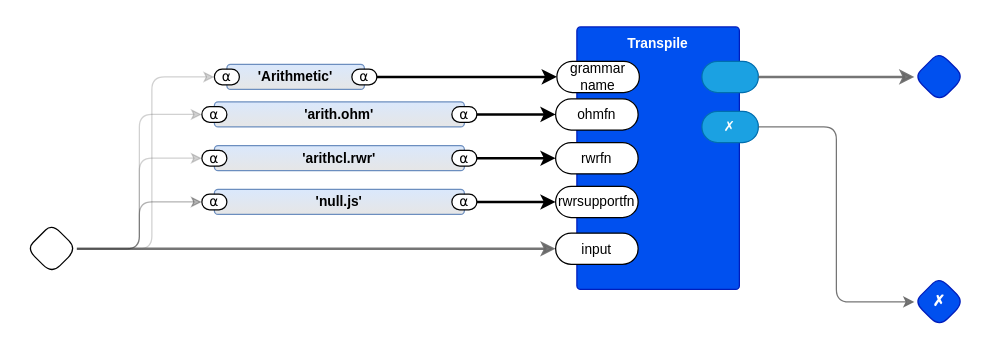
The draw.io diagram page "To Common Lisp" (2 of 5) of arith0d.drawio in guitarvydas/arith0d, before the edit. Source tidied: cells renumbered, new cells numbered last; positions are measured from the earlier drawing's top-left corner, leaving out a move shared by most shapes. Both pictures are drawn from the tidied source at 125%, with x=0, y=0 at pixel (26, 26).
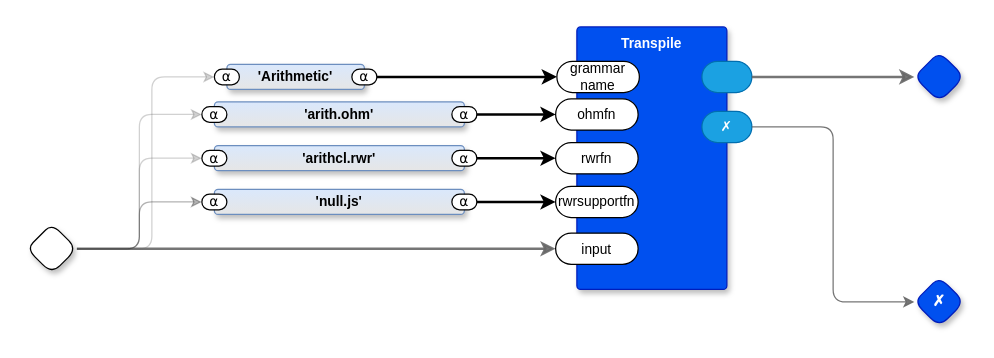
The same diagram, later.

Change to the diagram source:
```diff
@@
-    <mxCell id="7" style="rhombus;whiteSpace=wrap;html=1;rounded=1;fontStyle=1;glass=0;sketch=0;fontSize=12;points=[[0,0.5,0,0,0],[0.5,0,0,0,0],[0.5,1,0,0,0],[1,0.5,0,0,0]];shadow=0;fontFamily=Helvetica;fontColor=default;" parent="1" vertex="1">
+    <mxCell id="7" style="rhombus;whiteSpace=wrap;html=1;rounded=1;fontStyle=1;glass=0;sketch=0;fontSize=12;points=[[0,0.5,0,0,0],[0.5,0,0,0,0],[0.5,1,0,0,0],[1,0.5,0,0,0]];shadow=1;fontFamily=Helvetica;fontColor=default;" parent="1" vertex="1">
       <mxGeometry y="157.5" width="40" height="40" as="geometry" />
     </mxCell>
-    <mxCell id="8" style="rhombus;whiteSpace=wrap;html=1;rounded=1;fillColor=#0050ef;fontColor=#ffffff;strokeColor=#001DBC;fontStyle=1;glass=0;sketch=0;fontSize=12;points=[[0,0.5,0,0,0],[0.5,0,0,0,0],[0.5,1,0,0,0],[1,0.5,0,0,0]];shadow=0;fontFamily=Helvetica;" parent="1" vertex="1">
+    <mxCell id="8" style="rhombus;whiteSpace=wrap;html=1;rounded=1;fillColor=#0050ef;fontColor=#ffffff;strokeColor=#001DBC;fontStyle=1;glass=0;sketch=0;fontSize=12;points=[[0,0.5,0,0,0],[0.5,0,0,0,0],[0.5,1,0,0,0],[1,0.5,0,0,0]];shadow=1;fontFamily=Helvetica;" parent="1" vertex="1">
       <mxGeometry x="710" y="20" width="40" height="40" as="geometry" />
     </mxCell>
-    <mxCell id="9" value="Transpile" style="rounded=1;whiteSpace=wrap;html=1;sketch=0;verticalAlign=top;arcSize=6;fontStyle=1;absoluteArcSize=1;shadow=0;strokeColor=#001DBC;fillColor=#0050ef;fontColor=#ffffff;fontFamily=Helvetica;fontSize=11;" parent="1" vertex="1">
-      <mxGeometry x="440" width="130" height="210" as="geometry" />
+    <mxCell id="9" value="Transpile" style="rounded=1;whiteSpace=wrap;html=1;sketch=0;verticalAlign=top;arcSize=6;fontStyle=1;absoluteArcSize=1;shadow=1;strokeColor=#001DBC;fillColor=#0050ef;fontColor=#ffffff;fontFamily=Helvetica;fontSize=11;" parent="1" vertex="1">
+      <mxGeometry x="440" width="120" height="210" as="geometry" />
     </mxCell>
@@
     <mxCell id="11" style="rounded=1;whiteSpace=wrap;html=1;sketch=0;points=[[0,0.5,0,0,0],[1,0.5,0,0,0]];fillColor=#1ba1e2;fontColor=#ffffff;strokeColor=#006EAF;arcSize=50;fontFamily=Helvetica;fontSize=11;" parent="9" vertex="1">
-      <mxGeometry x="100" y="27.5" width="45.2" height="25" as="geometry" />
+      <mxGeometry x="100" y="27.5" width="40" height="25" as="geometry" />
     </mxCell>
     <mxCell id="12" value="✗" style="rounded=1;whiteSpace=wrap;html=1;sketch=0;points=[[0,0.5,0,0,0],[1,0.5,0,0,0]];fillColor=#1ba1e2;fontColor=#ffffff;strokeColor=#006EAF;arcSize=50;fontFamily=Helvetica;fontSize=11;" parent="9" vertex="1">
-      <mxGeometry x="100" y="67.5" width="45.2" height="25" as="geometry" />
+      <mxGeometry x="100" y="67.5" width="40" height="25" as="geometry" />
     </mxCell>
@@
-    <mxCell id="18" value="✗" style="rhombus;whiteSpace=wrap;html=1;rounded=1;fillColor=#0050ef;fontColor=#ffffff;strokeColor=#001DBC;fontStyle=1;glass=0;sketch=0;fontSize=12;points=[[0,0.5,0,0,0],[0.5,0,0,0,0],[0.5,1,0,0,0],[1,0.5,0,0,0]];shadow=0;fontFamily=Helvetica;" parent="1" vertex="1">
+    <mxCell id="18" value="✗" style="rhombus;whiteSpace=wrap;html=1;rounded=1;fillColor=#0050ef;fontColor=#ffffff;strokeColor=#001DBC;fontStyle=1;glass=0;sketch=0;fontSize=12;points=[[0,0.5,0,0,0],[0.5,0,0,0,0],[0.5,1,0,0,0],[1,0.5,0,0,0]];shadow=1;fontFamily=Helvetica;" parent="1" vertex="1">
       <mxGeometry x="710" y="200" width="40" height="40" as="geometry" />
     </mxCell>
@@
-    <mxCell id="20" value="'Arithmetic'" style="rounded=1;whiteSpace=wrap;html=1;sketch=0;verticalAlign=middle;arcSize=6;fontStyle=1;absoluteArcSize=1;shadow=0;strokeColor=#6c8ebf;fillColor=#dae8fc;fontFamily=Helvetica;fontSize=11;gradientColor=#E6E6E6;" parent="1" vertex="1">
+    <mxCell id="20" value="'Arithmetic'" style="rounded=1;whiteSpace=wrap;html=1;sketch=0;verticalAlign=middle;arcSize=6;fontStyle=1;absoluteArcSize=1;shadow=1;strokeColor=#6c8ebf;fillColor=#dae8fc;fontFamily=Helvetica;fontSize=11;gradientColor=#E6E6E6;" parent="1" vertex="1">
       <mxGeometry x="160" y="30" width="110" height="20" as="geometry" />
     </mxCell>
@@
-    <mxCell id="23" value="'null.js'" style="rounded=1;whiteSpace=wrap;html=1;sketch=0;verticalAlign=middle;arcSize=6;fontStyle=1;absoluteArcSize=1;shadow=0;strokeColor=#6c8ebf;fillColor=#dae8fc;fontFamily=Helvetica;fontSize=11;gradientColor=#E6E6E6;" parent="1" vertex="1">
+    <mxCell id="23" value="'null.js'" style="rounded=1;whiteSpace=wrap;html=1;sketch=0;verticalAlign=middle;arcSize=6;fontStyle=1;absoluteArcSize=1;shadow=1;strokeColor=#6c8ebf;fillColor=#dae8fc;fontFamily=Helvetica;fontSize=11;gradientColor=#E6E6E6;" parent="1" vertex="1">
       <mxGeometry x="150" y="130" width="200" height="20" as="geometry" />
     </mxCell>
@@
-    <mxCell id="27" value="'arith.ohm'" style="rounded=1;whiteSpace=wrap;html=1;sketch=0;verticalAlign=middle;arcSize=6;fontStyle=1;absoluteArcSize=1;shadow=0;strokeColor=#6c8ebf;fillColor=#dae8fc;fontFamily=Helvetica;fontSize=11;gradientColor=#E6E6E6;" parent="1" vertex="1">
+    <mxCell id="27" value="'arith.ohm'" style="rounded=1;whiteSpace=wrap;html=1;sketch=0;verticalAlign=middle;arcSize=6;fontStyle=1;absoluteArcSize=1;shadow=1;strokeColor=#6c8ebf;fillColor=#dae8fc;fontFamily=Helvetica;fontSize=11;gradientColor=#E6E6E6;" parent="1" vertex="1">
       <mxGeometry x="150" y="60" width="200" height="20" as="geometry" />
     </mxCell>
@@
-    <mxCell id="31" value="'arithcl.rwr'" style="rounded=1;whiteSpace=wrap;html=1;sketch=0;verticalAlign=middle;arcSize=6;fontStyle=1;absoluteArcSize=1;shadow=0;strokeColor=#6c8ebf;fillColor=#dae8fc;fontFamily=Helvetica;fontSize=11;gradientColor=#E6E6E6;" parent="1" vertex="1">
+    <mxCell id="31" value="'arithcl.rwr'" style="rounded=1;whiteSpace=wrap;html=1;sketch=0;verticalAlign=middle;arcSize=6;fontStyle=1;absoluteArcSize=1;shadow=1;strokeColor=#6c8ebf;fillColor=#dae8fc;fontFamily=Helvetica;fontSize=11;gradientColor=#E6E6E6;" parent="1" vertex="1">
       <mxGeometry x="150" y="95" width="200" height="20" as="geometry" />
     </mxCell>
```
